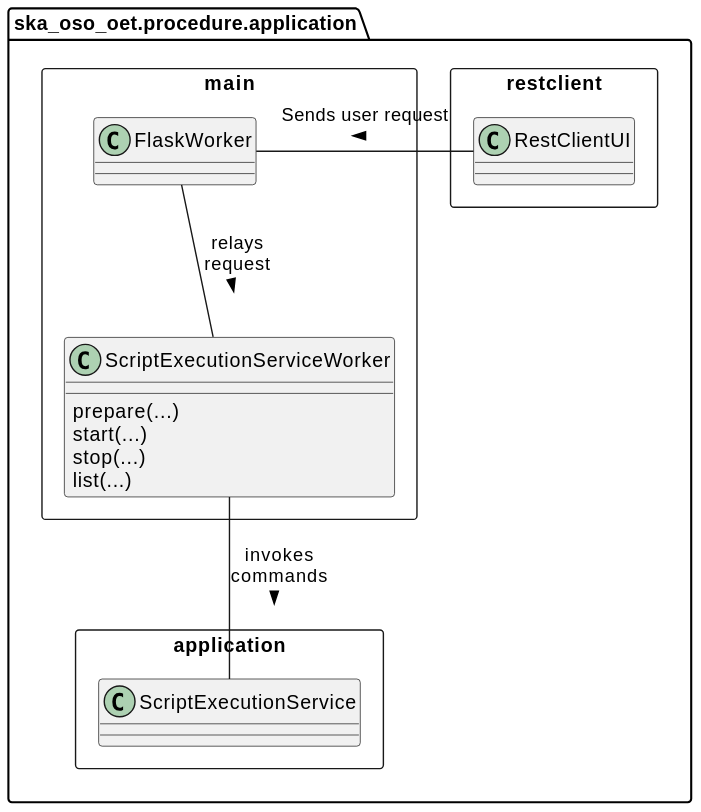
ska-telescope/observation-execution-tool keeps this PlantUML diagram as docs/src/diagrams/export/backend_module_execution_context.svg. Above is the earlier version. Its diagram source:
```plantuml
@startuml

package ska_oso_oet.procedure.application {

    package restclient <<Rectangle>> {
        class RestClientUI {
        }
    }

    package main <<Rectangle>> {
        class ScriptExecutionServiceWorker {
            prepare(...)
            start(...)
            stop(...)
            list(...)
        }

        class FlaskWorker {
        }
    }

    package application <<Rectangle>> {
        class ScriptExecutionService {
        }

    }


    RestClientUI - FlaskWorker : Sends user request\n >
    FlaskWorker -- ScriptExecutionServiceWorker : relays\nrequest\n >
    ScriptExecutionServiceWorker -- ScriptExecutionService : invokes\ncommands\n >
}


@enduml
```
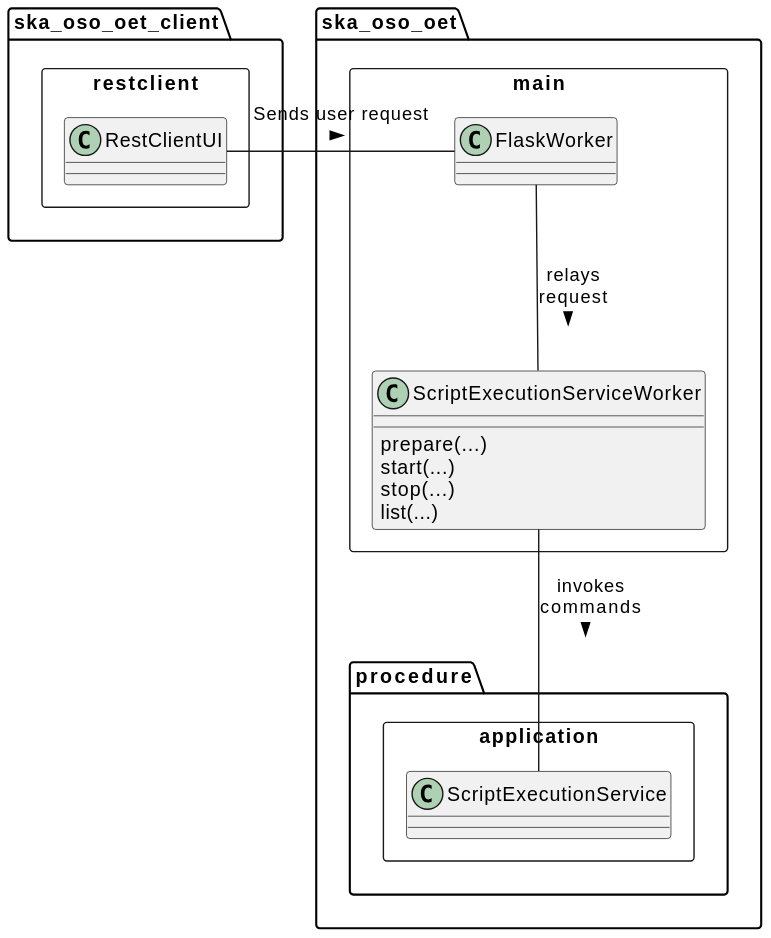
The same file after the commit.

What changed in the source:
```diff
@@ -1,12 +1,13 @@
 @startuml
 
-package ska_oso_oet.procedure.application {
-
+package ska_oso_oet_client {
     package restclient <<Rectangle>> {
         class RestClientUI {
         }
     }
+}
 
+package ska_oso_oet {
     package main <<Rectangle>> {
         class ScriptExecutionServiceWorker {
             prepare(...)
@@ -19,10 +20,11 @@
         }
     }
 
-    package application <<Rectangle>> {
-        class ScriptExecutionService {
+    package procedure {
+        package application <<Rectangle>> {
+            class ScriptExecutionService {
+            }
         }
-
     }
 
 
@@ -30,6 +32,4 @@
     FlaskWorker -- ScriptExecutionServiceWorker : relays\nrequest\n >
     ScriptExecutionServiceWorker -- ScriptExecutionService : invokes\ncommands\n >
 }
-
-
 @enduml
```
